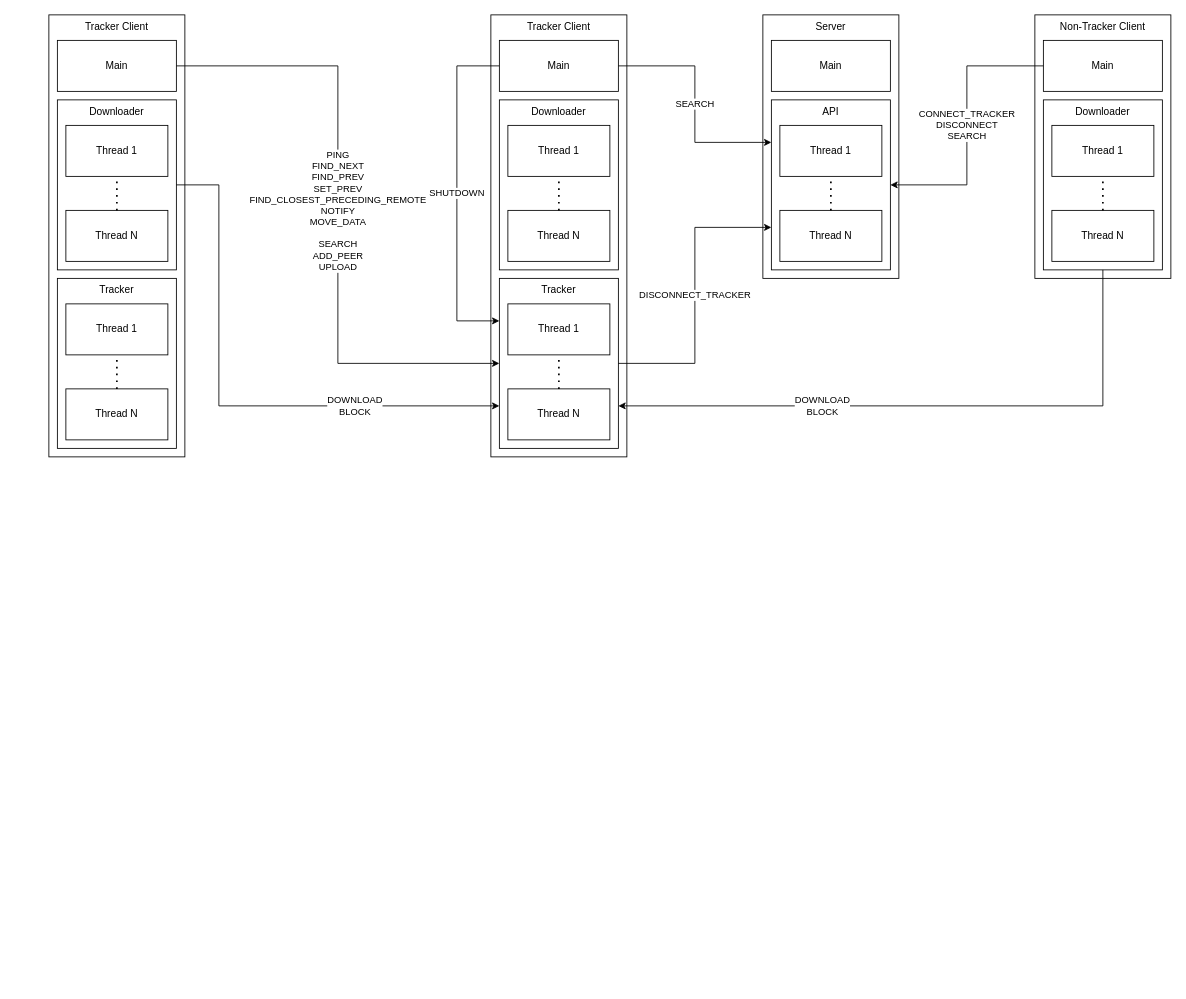
Above: docs/diagram.drawio in YorKnEz/mittorrent (draw.io), before the change. Source tidied: cells renumbered, new cells numbered last; positions are measured from the earlier drawing's top-left corner, leaving out a move shared by most shapes. Both pictures are drawn from the tidied source at 85%, with x=0, y=0 at pixel (48, 14).
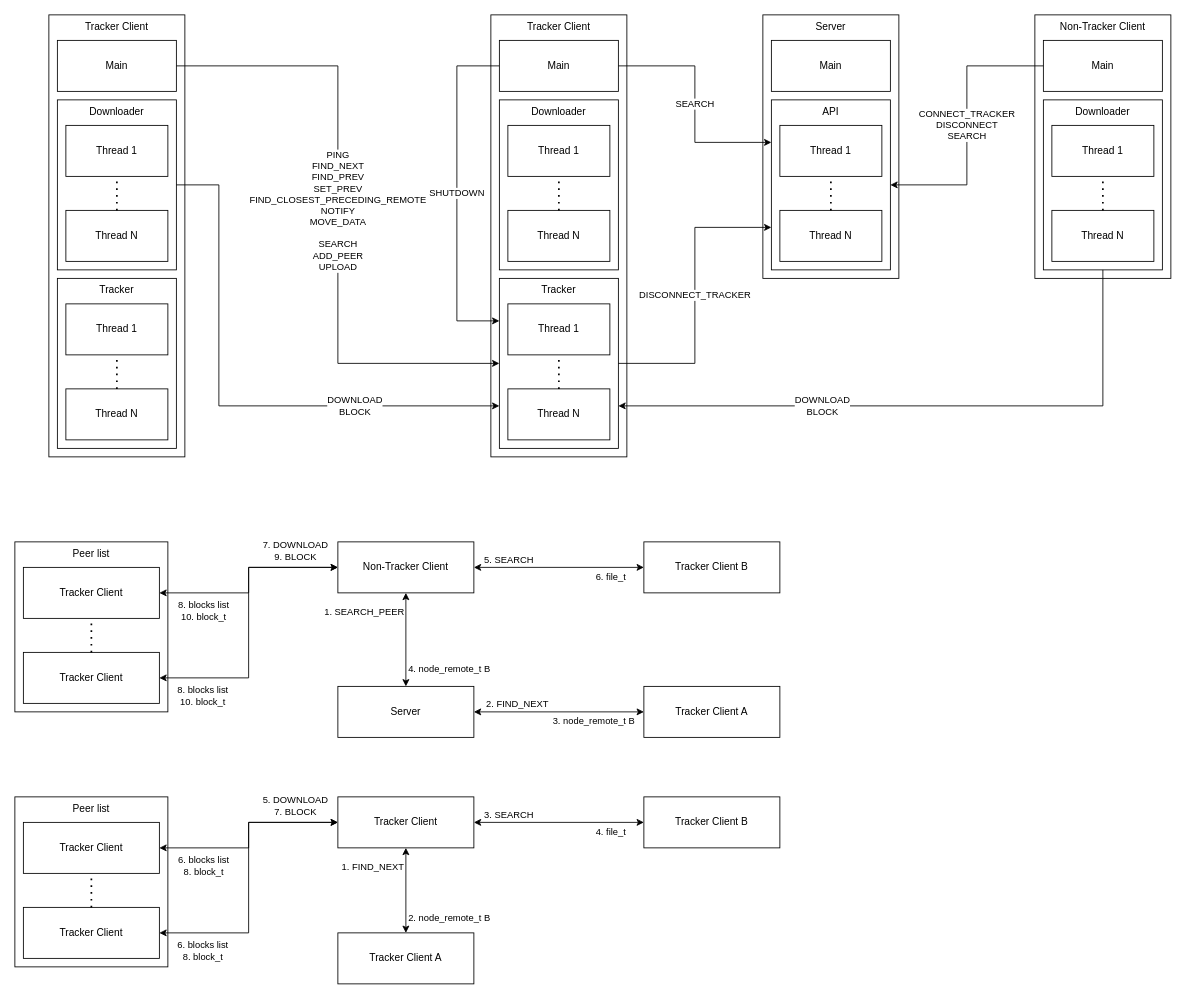
The same page after the edit.

What changed in the source:
```diff
@@
+    <mxCell id="52" parent="0" />
+    <mxCell id="53" style="group;" parent="52" vertex="1">
+      <mxGeometry x="340" y="620" width="160" height="60" as="geometry" />
+    </mxCell>
+    <mxCell id="54" value="&lt;div&gt;Non-Tracker Client&lt;/div&gt;" style="rounded=0;whiteSpace=wrap;html=1;align=center;verticalAlign=middle;" parent="53" vertex="1">
+      <mxGeometry width="160" height="60" as="geometry" />
+    </mxCell>
+    <mxCell id="55" style="group;" parent="52" vertex="1">
+      <mxGeometry x="340" y="790" width="160" height="60" as="geometry" />
+    </mxCell>
+    <mxCell id="56" value="&lt;div&gt;Server&lt;/div&gt;" style="rounded=0;whiteSpace=wrap;html=1;verticalAlign=middle;" parent="55" vertex="1">
+      <mxGeometry width="160" height="60" as="geometry" />
+    </mxCell>
+    <mxCell id="57" style="group;verticalAlign=top;" parent="52" vertex="1">
+      <mxGeometry x="700" y="790" width="160" height="60" as="geometry" />
+    </mxCell>
+    <mxCell id="58" value="&lt;div&gt;Tracker Client A&lt;br&gt;&lt;/div&gt;" style="rounded=0;whiteSpace=wrap;html=1;align=center;verticalAlign=middle;" parent="57" vertex="1">
+      <mxGeometry width="160" height="60" as="geometry" />
+    </mxCell>
+    <mxCell id="59" style="edgeStyle=orthogonalEdgeStyle;rounded=0;jettySize=auto;html=1;entryX=0.5;entryY=0;entryDx=0;entryDy=0;startArrow=classic;startFill=1;exitX=0.5;exitY=1;exitDx=0;exitDy=0;" parent="52" edge="1" source="54" target="56">
+      <mxGeometry relative="1" as="geometry" />
+    </mxCell>
+    <mxCell id="60" value="&lt;div&gt;1. SEARCH_PEER&lt;/div&gt;" style="edgeLabel;html=1;align=center;verticalAlign=middle;" parent="59" vertex="1">
+      <mxGeometry x="0.09" y="1" relative="1" as="geometry">
+        <mxPoint x="-51" y="-39" as="offset" />
+      </mxGeometry>
+    </mxCell>
+    <mxCell id="61" value="&lt;div&gt;4. node_remote_t B&lt;/div&gt;" style="edgeLabel;html=1;align=center;verticalAlign=middle;" parent="59" vertex="1">
+      <mxGeometry x="-0.61" relative="1" as="geometry">
+        <mxPoint x="50" y="68" as="offset" />
+      </mxGeometry>
+    </mxCell>
+    <mxCell id="62" style="edgeStyle=orthogonalEdgeStyle;rounded=0;jettySize=auto;html=1;entryX=0;entryY=0.5;entryDx=0;entryDy=0;startArrow=classic;startFill=1;exitX=1;exitY=0.5;exitDx=0;exitDy=0;" parent="52" edge="1" source="56" target="58">
+      <mxGeometry relative="1" as="geometry" />
+    </mxCell>
+    <mxCell id="63" value="&lt;div&gt;2. FIND_NEXT&lt;br&gt;&lt;/div&gt;" style="edgeLabel;html=1;align=center;verticalAlign=middle;" parent="62" vertex="1">
+      <mxGeometry x="-0.71" y="-4" relative="1" as="geometry">
+        <mxPoint x="21" y="-14" as="offset" />
+      </mxGeometry>
+    </mxCell>
+    <mxCell id="64" value="&lt;div&gt;3. node_remote_t B&lt;/div&gt;" style="edgeLabel;html=1;align=center;verticalAlign=middle;" parent="62" vertex="1">
+      <mxGeometry x="0.69" y="-2" relative="1" as="geometry">
+        <mxPoint x="-29" y="8" as="offset" />
+      </mxGeometry>
+    </mxCell>
+    <mxCell id="65" style="group;verticalAlign=top;" parent="52" vertex="1">
+      <mxGeometry x="700" y="620" width="160" height="60" as="geometry" />
+    </mxCell>
+    <mxCell id="66" value="&lt;div align=&quot;center&quot;&gt;Tracker Client B&lt;/div&gt;" style="rounded=0;whiteSpace=wrap;html=1;align=center;verticalAlign=middle;" parent="65" vertex="1">
+      <mxGeometry width="160" height="60" as="geometry" />
+    </mxCell>
+    <mxCell id="67" style="edgeStyle=orthogonalEdgeStyle;rounded=0;jettySize=auto;html=1;exitX=1;exitY=0.5;exitDx=0;exitDy=0;entryX=0;entryY=0.5;entryDx=0;entryDy=0;startArrow=classic;startFill=1;" parent="52" edge="1" source="54" target="66">
+      <mxGeometry x="-0.6" y="-10" relative="1" as="geometry" />
+    </mxCell>
+    <mxCell id="68" value="&lt;div&gt;6. file_t&lt;br&gt;&lt;/div&gt;" style="edgeLabel;html=1;align=center;verticalAlign=middle;" parent="67" vertex="1">
+      <mxGeometry x="0.34" y="-1" relative="1" as="geometry">
+        <mxPoint x="26" y="9" as="offset" />
+      </mxGeometry>
+    </mxCell>
+    <mxCell id="69" value="&lt;div&gt;5. SEARCH&lt;br&gt;&lt;/div&gt;" style="edgeLabel;html=1;align=center;verticalAlign=middle;" parent="67" vertex="1">
+      <mxGeometry x="-0.43" y="2" relative="1" as="geometry">
+        <mxPoint x="-17" y="-8" as="offset" />
+      </mxGeometry>
+    </mxCell>
+    <mxCell id="70" style="group;" parent="52" vertex="1">
+      <mxGeometry x="-40" y="620" width="180" height="200" as="geometry" />
+    </mxCell>
+    <mxCell id="71" value="Peer list" style="rounded=0;whiteSpace=wrap;html=1;verticalAlign=top;" parent="70" vertex="1">
+      <mxGeometry width="180" height="200" as="geometry" />
+    </mxCell>
+    <mxCell id="72" style="group;verticalAlign=top;" parent="70" vertex="1">
+      <mxGeometry x="10" y="30" width="160" height="60" as="geometry" />
+    </mxCell>
+    <mxCell id="73" value="&lt;div align=&quot;center&quot;&gt;Tracker Client&lt;br&gt;&lt;/div&gt;" style="rounded=0;whiteSpace=wrap;html=1;align=center;verticalAlign=middle;" parent="72" vertex="1">
+      <mxGeometry width="160" height="60" as="geometry" />
+    </mxCell>
+    <mxCell id="74" style="group;verticalAlign=top;" parent="70" vertex="1">
+      <mxGeometry x="10" y="130" width="160" height="60" as="geometry" />
+    </mxCell>
+    <mxCell id="75" value="&lt;div align=&quot;center&quot;&gt;Tracker Client&lt;br&gt;&lt;/div&gt;" style="rounded=0;whiteSpace=wrap;html=1;align=center;verticalAlign=middle;" parent="74" vertex="1">
+      <mxGeometry width="160" height="60" as="geometry" />
+    </mxCell>
+    <mxCell id="76" style="endArrow=none;dashed=1;html=1;dashPattern=1 3;strokeWidth=2;rounded=0;edgeStyle=orthogonalEdgeStyle;entryX=0.5;entryY=1;entryDx=0;entryDy=0;exitX=0.5;exitY=0;exitDx=0;exitDy=0;" parent="70" edge="1" source="75" target="73">
+      <mxGeometry relative="1" as="geometry" />
+    </mxCell>
+    <mxCell id="77" style="edgeStyle=orthogonalEdgeStyle;rounded=0;jettySize=auto;html=1;exitX=0;exitY=0.5;exitDx=0;exitDy=0;entryX=1;entryY=0.5;entryDx=0;entryDy=0;startArrow=classic;startFill=1;" parent="52" edge="1" source="54" target="73">
+      <mxGeometry relative="1" as="geometry" />
+    </mxCell>
+    <mxCell id="78" value="&lt;div&gt;8. blocks list&lt;br&gt;&lt;/div&gt;&lt;div&gt;10. block_t&lt;br&gt;&lt;/div&gt;" style="edgeLabel;html=1;align=center;verticalAlign=middle;" parent="77" vertex="1">
+      <mxGeometry x="0.57" relative="1" as="geometry">
+        <mxPoint x="-1" y="20" as="offset" />
+      </mxGeometry>
+    </mxCell>
+    <mxCell id="79" style="edgeStyle=orthogonalEdgeStyle;rounded=0;jettySize=auto;html=1;exitX=0;exitY=0.5;exitDx=0;exitDy=0;entryX=1;entryY=0.5;entryDx=0;entryDy=0;startArrow=classic;startFill=1;" parent="52" edge="1" source="54" target="75">
+      <mxGeometry relative="1" as="geometry" />
+    </mxCell>
+    <mxCell id="80" value="&lt;div&gt;7. DOWNLOAD&lt;br&gt;&lt;/div&gt;&lt;div&gt;9. BLOCK&lt;br&gt;&lt;/div&gt;" style="edgeLabel;html=1;align=center;verticalAlign=middle;" parent="79" vertex="1">
+      <mxGeometry x="-0.79" y="-1" relative="1" as="geometry">
+        <mxPoint x="-15" y="-19" as="offset" />
+      </mxGeometry>
+    </mxCell>
+    <mxCell id="81" value="&lt;div&gt;8. blocks list&lt;br&gt;&lt;/div&gt;&lt;div&gt;10. block_t&lt;br&gt;&lt;/div&gt;" style="edgeLabel;html=1;align=center;verticalAlign=middle;" parent="52" vertex="1">
+      <mxGeometry x="180" y="800" as="geometry" />
+    </mxCell>
+    <mxCell id="82" parent="0" />
+    <mxCell id="83" style="group;" parent="82" vertex="1">
+      <mxGeometry x="340" y="920" width="160" height="60" as="geometry" />
+    </mxCell>
+    <mxCell id="84" value="&lt;div&gt;Tracker Client&lt;/div&gt;" style="rounded=0;whiteSpace=wrap;html=1;align=center;verticalAlign=middle;" parent="83" vertex="1">
+      <mxGeometry width="160" height="60" as="geometry" />
+    </mxCell>
+    <mxCell id="85" style="group;verticalAlign=top;" parent="82" vertex="1">
+      <mxGeometry x="340" y="1080" width="160" height="60" as="geometry" />
+    </mxCell>
+    <mxCell id="86" value="&lt;div&gt;Tracker Client A&lt;br&gt;&lt;/div&gt;" style="rounded=0;whiteSpace=wrap;html=1;align=center;verticalAlign=middle;" parent="85" vertex="1">
+      <mxGeometry width="160" height="60" as="geometry" />
+    </mxCell>
+    <mxCell id="87" style="edgeStyle=orthogonalEdgeStyle;rounded=0;jettySize=auto;html=1;entryX=0.5;entryY=0;entryDx=0;entryDy=0;startArrow=classic;startFill=1;exitX=0.5;exitY=1;exitDx=0;exitDy=0;" parent="82" edge="1" source="84" target="86">
+      <mxGeometry relative="1" as="geometry" />
+    </mxCell>
+    <mxCell id="88" value="&lt;div&gt;1. FIND_NEXT&lt;br&gt;&lt;/div&gt;" style="edgeLabel;html=1;align=center;verticalAlign=middle;" parent="87" vertex="1">
+      <mxGeometry x="-0.71" y="-4" relative="1" as="geometry">
+        <mxPoint x="-36" y="6" as="offset" />
+      </mxGeometry>
+    </mxCell>
+    <mxCell id="89" value="&lt;div&gt;2. node_remote_t B&lt;/div&gt;" style="edgeLabel;html=1;align=center;verticalAlign=middle;" parent="87" vertex="1">
+      <mxGeometry x="0.69" y="-2" relative="1" as="geometry">
+        <mxPoint x="52" y="-4" as="offset" />
+      </mxGeometry>
+    </mxCell>
+    <mxCell id="90" style="group;verticalAlign=top;" parent="82" vertex="1">
+      <mxGeometry x="700" y="920" width="160" height="60" as="geometry" />
+    </mxCell>
+    <mxCell id="91" value="&lt;div align=&quot;center&quot;&gt;Tracker Client B&lt;/div&gt;" style="rounded=0;whiteSpace=wrap;html=1;align=center;verticalAlign=middle;" parent="90" vertex="1">
+      <mxGeometry width="160" height="60" as="geometry" />
+    </mxCell>
+    <mxCell id="92" style="edgeStyle=orthogonalEdgeStyle;rounded=0;jettySize=auto;html=1;exitX=1;exitY=0.5;exitDx=0;exitDy=0;entryX=0;entryY=0.5;entryDx=0;entryDy=0;startArrow=classic;startFill=1;" parent="82" edge="1" source="84" target="91">
+      <mxGeometry x="-0.6" y="-10" relative="1" as="geometry" />
+    </mxCell>
+    <mxCell id="93" value="&lt;div&gt;4. file_t&lt;br&gt;&lt;/div&gt;" style="edgeLabel;html=1;align=center;verticalAlign=middle;" parent="92" vertex="1">
+      <mxGeometry x="0.34" y="-1" relative="1" as="geometry">
+        <mxPoint x="26" y="9" as="offset" />
+      </mxGeometry>
+    </mxCell>
+    <mxCell id="94" value="&lt;div&gt;3. SEARCH&lt;br&gt;&lt;/div&gt;" style="edgeLabel;html=1;align=center;verticalAlign=middle;" parent="92" vertex="1">
+      <mxGeometry x="-0.43" y="2" relative="1" as="geometry">
+        <mxPoint x="-17" y="-8" as="offset" />
+      </mxGeometry>
+    </mxCell>
+    <mxCell id="95" style="group;" parent="82" vertex="1">
+      <mxGeometry x="-40" y="920" width="180" height="200" as="geometry" />
+    </mxCell>
+    <mxCell id="96" value="Peer list" style="rounded=0;whiteSpace=wrap;html=1;verticalAlign=top;" parent="95" vertex="1">
+      <mxGeometry width="180" height="200" as="geometry" />
+    </mxCell>
+    <mxCell id="97" style="group;verticalAlign=top;" parent="95" vertex="1">
+      <mxGeometry x="10" y="30" width="160" height="60" as="geometry" />
+    </mxCell>
+    <mxCell id="98" value="&lt;div align=&quot;center&quot;&gt;Tracker Client&lt;br&gt;&lt;/div&gt;" style="rounded=0;whiteSpace=wrap;html=1;align=center;verticalAlign=middle;" parent="97" vertex="1">
+      <mxGeometry width="160" height="60" as="geometry" />
+    </mxCell>
+    <mxCell id="99" style="group;verticalAlign=top;" parent="95" vertex="1">
+      <mxGeometry x="10" y="130" width="160" height="60" as="geometry" />
+    </mxCell>
+    <mxCell id="100" value="&lt;div align=&quot;center&quot;&gt;Tracker Client&lt;br&gt;&lt;/div&gt;" style="rounded=0;whiteSpace=wrap;html=1;align=center;verticalAlign=middle;" parent="99" vertex="1">
+      <mxGeometry width="160" height="60" as="geometry" />
+    </mxCell>
+    <mxCell id="101" style="endArrow=none;dashed=1;html=1;dashPattern=1 3;strokeWidth=2;rounded=0;edgeStyle=orthogonalEdgeStyle;entryX=0.5;entryY=1;entryDx=0;entryDy=0;exitX=0.5;exitY=0;exitDx=0;exitDy=0;" parent="95" edge="1" source="100" target="98">
+      <mxGeometry relative="1" as="geometry" />
+    </mxCell>
+    <mxCell id="102" style="edgeStyle=orthogonalEdgeStyle;rounded=0;jettySize=auto;html=1;exitX=0;exitY=0.5;exitDx=0;exitDy=0;entryX=1;entryY=0.5;entryDx=0;entryDy=0;startArrow=classic;startFill=1;" parent="82" edge="1" source="84" target="98">
+      <mxGeometry relative="1" as="geometry" />
+    </mxCell>
+    <mxCell id="103" value="&lt;div&gt;6. blocks list&lt;br&gt;&lt;/div&gt;&lt;div&gt;8. block_t&lt;br&gt;&lt;/div&gt;" style="edgeLabel;html=1;align=center;verticalAlign=middle;" parent="102" vertex="1">
+      <mxGeometry x="0.57" relative="1" as="geometry">
+        <mxPoint x="-1" y="20" as="offset" />
+      </mxGeometry>
+    </mxCell>
+    <mxCell id="104" style="edgeStyle=orthogonalEdgeStyle;rounded=0;jettySize=auto;html=1;exitX=0;exitY=0.5;exitDx=0;exitDy=0;entryX=1;entryY=0.5;entryDx=0;entryDy=0;startArrow=classic;startFill=1;" parent="82" edge="1" source="84" target="100">
+      <mxGeometry relative="1" as="geometry" />
+    </mxCell>
+    <mxCell id="105" value="&lt;div&gt;5. DOWNLOAD&lt;br&gt;&lt;/div&gt;&lt;div&gt;7. BLOCK&lt;br&gt;&lt;/div&gt;" style="edgeLabel;html=1;align=center;verticalAlign=middle;" parent="104" vertex="1">
+      <mxGeometry x="-0.79" y="-1" relative="1" as="geometry">
+        <mxPoint x="-15" y="-19" as="offset" />
+      </mxGeometry>
+    </mxCell>
+    <mxCell id="106" value="&lt;div&gt;6. blocks list&lt;br&gt;&lt;/div&gt;&lt;div&gt;8. block_t&lt;br&gt;&lt;/div&gt;" style="edgeLabel;html=1;align=center;verticalAlign=middle;" parent="82" vertex="1">
+      <mxGeometry x="180" y="1100" as="geometry" />
+    </mxCell>
```
